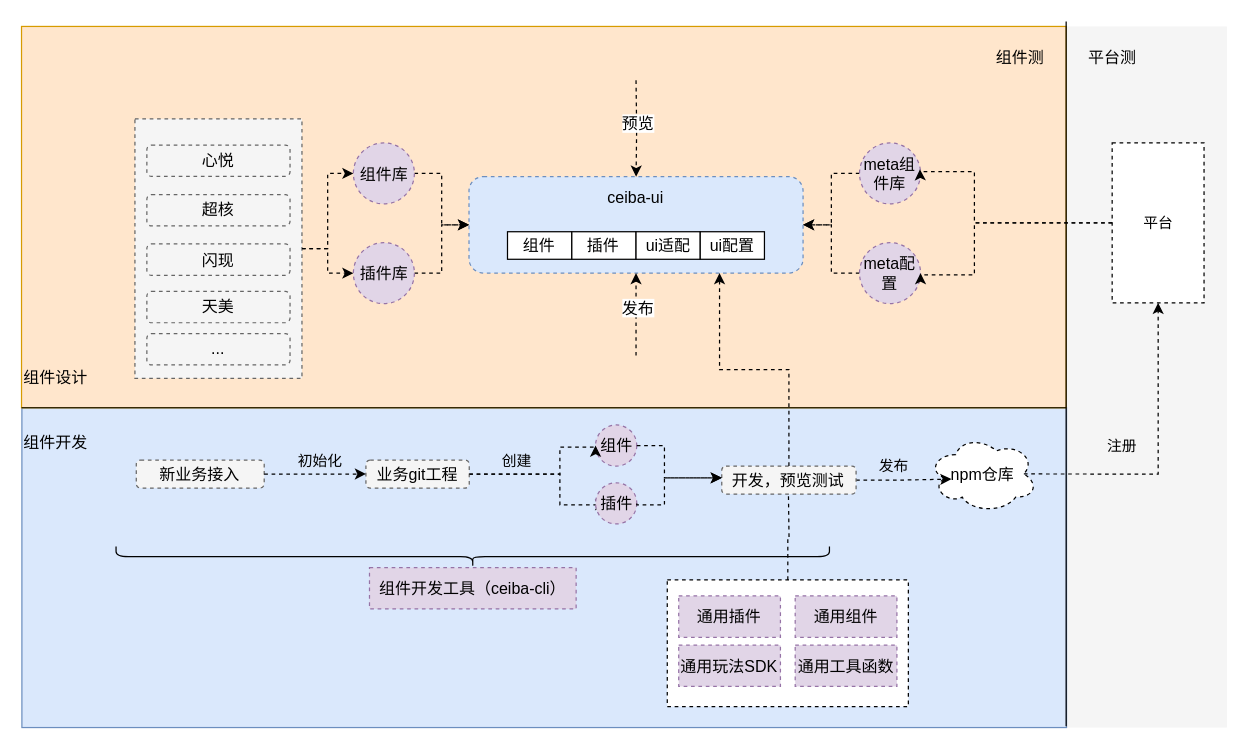
axtrur/resource keeps this draw.io diagram as components.drawio. Above is the earlier version. Source tidied: cells renumbered, new cells numbered last; positions are measured from the earlier drawing's top-left corner, leaving out a move shared by most shapes. Both pictures are drawn from the tidied source at 123%, with x=0, y=0 at pixel (21, 21).
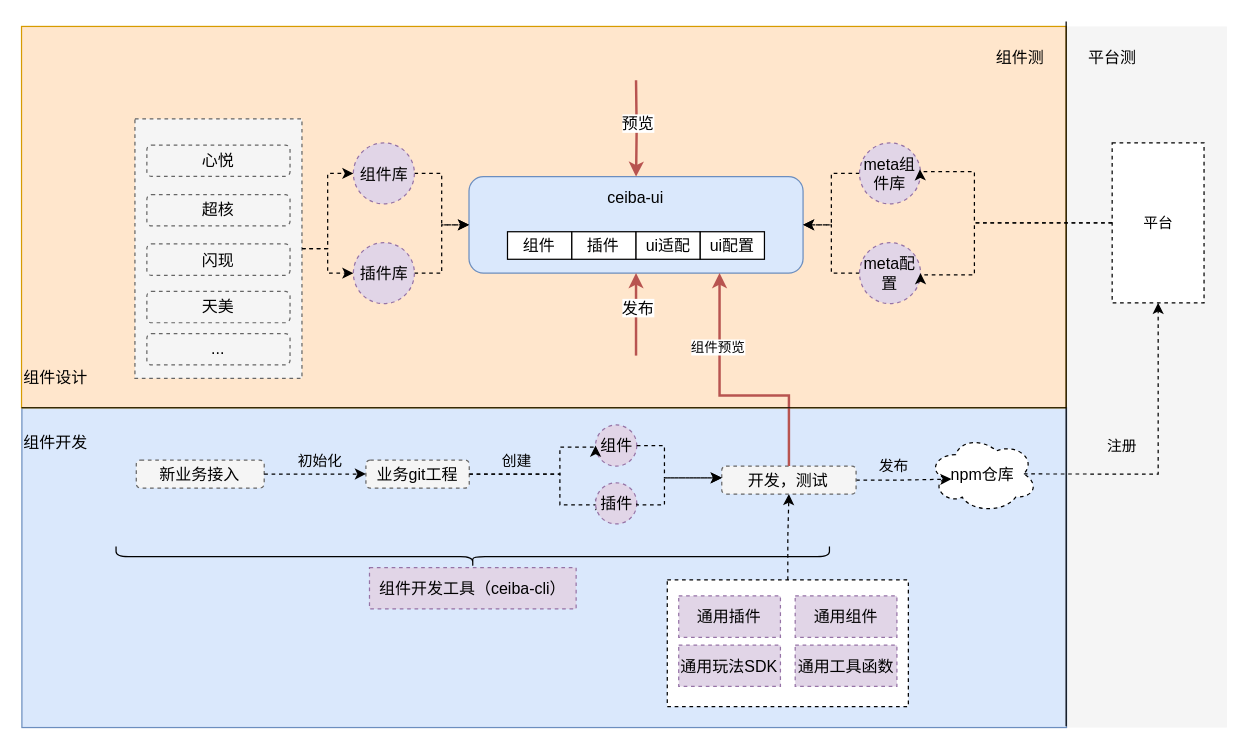
The same page after the edit.

Unchanged cells that the change refers to:
```xml
<mxCell id="2" style="group;" parent="1" vertex="1">
  <mxGeometry width="980" height="574" as="geometry" />
</mxCell>
<mxCell id="6" style="rounded=0;whiteSpace=wrap;html=1;fontSize=13;fontColor=#000000;dashed=1;" parent="2" vertex="1">
  <mxGeometry x="525" y="454" width="196" height="103" as="geometry" />
</mxCell>
<mxCell id="33" value="ceiba-ui" style="text;html=1;strokeColor=none;fillColor=none;align=center;verticalAlign=middle;whiteSpace=wrap;rounded=0;fontSize=13;fontColor=#000000;" parent="2" vertex="1">
  <mxGeometry x="468.3" y="126.1" width="62.7" height="33.6" as="geometry" />
</mxCell>
```

The edit, as a diff of the source:
```diff
@@
+    <mxCell id="68" style="edgeStyle=orthogonalEdgeStyle;rounded=0;jettySize=auto;html=1;exitX=0.5;exitY=0;exitDx=0;exitDy=0;dashed=1;" parent="2" edge="1" source="6" target="24">
+      <mxGeometry relative="1" as="geometry" />
+    </mxCell>
@@
-    <mxCell id="24" value="开发，预览测试" style="rounded=1;whiteSpace=wrap;html=1;fillColor=#f5f5f5;fontColor=#000000;strokeColor=#666666;dashed=1;fontSize=13;" parent="2" vertex="1">
+    <mxCell id="24" value="开发，测试" style="rounded=1;whiteSpace=wrap;html=1;fillColor=#f5f5f5;fontColor=#000000;strokeColor=#666666;dashed=1;fontSize=13;" parent="2" vertex="1">
       <mxGeometry x="569.3" y="361.4" width="109.2" height="22.8" as="geometry" />
     </mxCell>
@@
-    <mxCell id="31" style="rounded=1;whiteSpace=wrap;html=1;fillColor=#dae8fc;strokeColor=#6c8ebf;dashed=1;fontSize=13;fontColor=#000000;" parent="2" vertex="1">
+    <mxCell id="31" style="rounded=1;whiteSpace=wrap;html=1;fillColor=#dae8fc;strokeColor=#6c8ebf;fontSize=13;fontColor=#000000;" parent="2" vertex="1">
       <mxGeometry x="363.8" y="126.1" width="271.6" height="78.4" as="geometry" />
     </mxCell>
-    <mxCell id="32" style="edgeStyle=orthogonalEdgeStyle;rounded=0;jettySize=auto;html=1;exitX=0.5;exitY=0;exitDx=0;exitDy=0;entryX=0.75;entryY=1;entryDx=0;entryDy=0;fontSize=13;fontColor=#000000;dashed=1;" parent="2" edge="1" source="24" target="31">
-      <mxGeometry relative="1" as="geometry" />
+    <mxCell id="32" style="edgeStyle=orthogonalEdgeStyle;rounded=0;jettySize=auto;html=1;exitX=0.5;exitY=0;exitDx=0;exitDy=0;entryX=0.75;entryY=1;entryDx=0;entryDy=0;fontSize=13;fontColor=#000000;fillColor=#f8cecc;strokeColor=#b85450;strokeWidth=2;" parent="2" edge="1" source="24" target="31">
+      <mxGeometry relative="1" as="geometry">
+        <Array as="points">
+          <mxPoint x="624" y="304" />
+          <mxPoint x="567" y="304" />
+        </Array>
+      </mxGeometry>
     </mxCell>
+    <mxCell id="69" value="组件预览" style="edgeLabel;html=1;align=center;verticalAlign=middle;" parent="32" vertex="1">
+      <mxGeometry x="0.43" y="2" relative="1" as="geometry" />
+    </mxCell>
@@
-    <mxCell id="38" style="edgeStyle=orthogonalEdgeStyle;rounded=0;jettySize=auto;html=1;exitX=0.5;exitY=1;exitDx=0;exitDy=0;entryX=0.5;entryY=0;entryDx=0;entryDy=0;fontSize=13;dashed=1;fontColor=#000000;" parent="2" edge="1" target="33">
+    <mxCell id="38" style="edgeStyle=orthogonalEdgeStyle;rounded=0;jettySize=auto;html=1;exitX=0.5;exitY=1;exitDx=0;exitDy=0;entryX=0.5;entryY=0;entryDx=0;entryDy=0;fontSize=13;fontColor=#000000;fillColor=#f8cecc;strokeColor=#b85450;strokeWidth=2;" parent="2" edge="1" target="33">
       <mxGeometry x="37.3" y="0.7" as="geometry">
         <mxPoint x="499.6" y="47.8" as="sourcePoint" />
       </mxGeometry>
     </mxCell>
@@
-    <mxCell id="40" style="endArrow=classic;html=1;rounded=0;entryX=0.5;entryY=1;entryDx=0;entryDy=0;fontSize=13;dashed=1;fontColor=#000000;" parent="2" edge="1" target="31">
+    <mxCell id="40" style="endArrow=classic;html=1;rounded=0;entryX=0.5;entryY=1;entryDx=0;entryDy=0;fontSize=13;fontColor=#000000;fillColor=#f8cecc;strokeColor=#b85450;strokeWidth=2;" parent="2" edge="1" target="31">
       <mxGeometry x="37.3" y="0.7" as="geometry">
         <mxPoint x="499.6" y="271.6" as="sourcePoint" />
       </mxGeometry>
     </mxCell>
@@
-    <mxCell id="65" style="edgeStyle=orthogonalEdgeStyle;rounded=0;jettySize=auto;html=1;exitX=0.5;exitY=0;exitDx=0;exitDy=0;dashed=1;fontSize=13;fontColor=#000000;endArrow=none;" parent="2" edge="1" source="6">
-      <mxGeometry relative="1" as="geometry">
-        <mxPoint x="623.5" y="384" as="targetPoint" />
-      </mxGeometry>
-    </mxCell>
```
